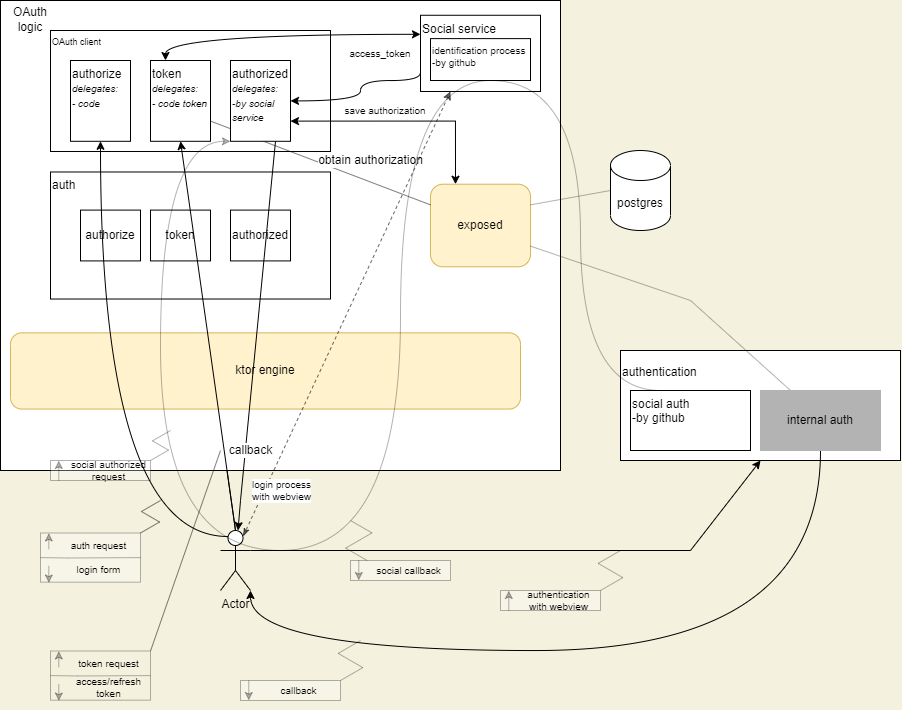
KYamshanov/Mission-backend keeps this draw.io diagram as id/resources/raw_scheme.png. Above is the earlier version. Source tidied: cells renumbered, new cells last; positions are measured from the earlier drawing's top-left corner, leaving out a move shared by most shapes.
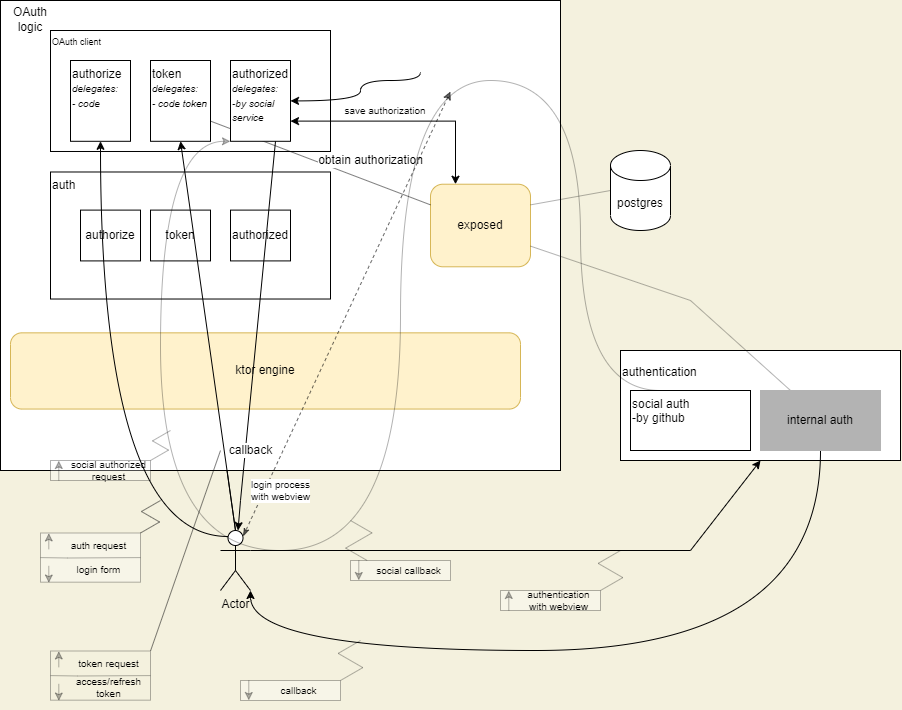
Above is the later version.

Change to the diagram source:
```diff
@@ -36,8 +36,9 @@
     <mxCell id="11" value="OAuth client" style="rounded=0;whiteSpace=wrap;html=1;align=left;verticalAlign=top;fontSize=9;" parent="6" vertex="1">
       <mxGeometry x="50" y="30" width="280" height="121" as="geometry" />
     </mxCell>
-    <mxCell id="12" style="edgeStyle=orthogonalEdgeStyle;rounded=0;jettySize=auto;html=1;exitX=0;exitY=0.75;exitDx=0;exitDy=0;entryX=1;entryY=0.5;entryDx=0;entryDy=0;fontSize=10;startArrow=none;startFill=0;jumpStyle=none;sketch=0;shadow=0;curved=1;" parent="6" edge="1" source="13" target="19">
+    <mxCell id="12" style="edgeStyle=orthogonalEdgeStyle;rounded=0;jettySize=auto;html=1;exitX=0;exitY=0.75;exitDx=0;exitDy=0;entryX=1;entryY=0.5;entryDx=0;entryDy=0;fontSize=10;startArrow=none;startFill=0;jumpStyle=none;sketch=0;shadow=0;curved=1;" parent="6" edge="1" target="19">
       <mxGeometry relative="1" as="geometry">
+        <mxPoint x="420" y="71.9" as="sourcePoint" />
         <Array as="points">
           <mxPoint x="420" y="80" />
           <mxPoint x="360" y="80" />
@@ -45,12 +46,6 @@
         </Array>
       </mxGeometry>
     </mxCell>
-    <mxCell id="13" value="Social service" style="rounded=0;whiteSpace=wrap;html=1;align=left;verticalAlign=top;" parent="6" vertex="1">
-      <mxGeometry x="420" y="14.8" width="120" height="76.2" as="geometry" />
-    </mxCell>
-    <mxCell id="14" style="edgeStyle=orthogonalEdgeStyle;curved=1;rounded=0;jettySize=auto;html=1;exitX=0.25;exitY=0;exitDx=0;exitDy=0;entryX=0;entryY=0.25;entryDx=0;entryDy=0;fontSize=10;startArrow=classic;startFill=1;" parent="6" edge="1" source="16" target="13">
-      <mxGeometry relative="1" as="geometry" />
-    </mxCell>
     <mxCell id="15" value="obtain authorization" style="edgeStyle=none;rounded=0;sketch=0;jumpStyle=none;jettySize=auto;html=1;exitX=1;exitY=0.75;exitDx=0;exitDy=0;entryX=0;entryY=0.25;entryDx=0;entryDy=0;shadow=0;fontSize=12;startArrow=none;startFill=0;endArrow=none;endFill=0;opacity=50;" parent="6" edge="1" source="16" target="9">
       <mxGeometry x="0.39" y="20" relative="1" as="geometry" />
     </mxCell>
@@ -84,12 +79,6 @@
     <mxCell id="25" value="token" style="rounded=0;whiteSpace=wrap;html=1;" parent="22" vertex="1">
       <mxGeometry x="70" width="60" height="50.8" as="geometry" />
     </mxCell>
-    <mxCell id="26" value="identification process&lt;br&gt;-by github" style="rounded=0;whiteSpace=wrap;html=1;fontSize=10;align=left;verticalAlign=top;" parent="6" vertex="1">
-      <mxGeometry x="430" y="38.1" width="100" height="41.9" as="geometry" />
-    </mxCell>
-    <mxCell id="27" value="access_token" style="text;html=1;strokeColor=none;fillColor=none;align=center;verticalAlign=middle;whiteSpace=wrap;rounded=0;shadow=0;glass=0;fontSize=10;opacity=30;" parent="6" vertex="1">
-      <mxGeometry x="350" y="37.9" width="60" height="30" as="geometry" />
-    </mxCell>
     <mxCell id="28" style="group;rounded=0;shadow=0;glass=0;strokeColor=none;fontSize=12;fillColor=none;" parent="6" vertex="1">
       <mxGeometry x="50" y="420" width="120" height="60" as="geometry" />
     </mxCell>
@@ -113,8 +102,10 @@
     <mxCell id="34" style="edgeStyle=orthogonalEdgeStyle;curved=1;rounded=0;sketch=0;jumpStyle=none;jettySize=auto;html=1;exitX=0.25;exitY=0.1;exitDx=0;exitDy=0;exitPerimeter=0;entryX=0.5;entryY=1;entryDx=0;entryDy=0;shadow=0;fontSize=10;startArrow=none;startFill=0;" parent="1" edge="1" source="5" target="17">
       <mxGeometry relative="1" as="geometry" />
     </mxCell>
-    <mxCell id="35" value="login process &lt;br&gt;with webview" style="rounded=0;sketch=0;jumpStyle=none;jettySize=auto;html=1;exitX=0.25;exitY=1;exitDx=0;exitDy=0;entryX=0.75;entryY=0.1;entryDx=0;entryDy=0;entryPerimeter=0;shadow=0;fontSize=10;startArrow=classic;startFill=1;endArrow=classicThin;endFill=1;dashed=1;opacity=60;" parent="1" edge="1" source="13" target="5">
-      <mxGeometry x="0.77" y="15" relative="1" as="geometry" />
+    <mxCell id="35" value="login process &lt;br&gt;with webview" style="rounded=0;sketch=0;jumpStyle=none;jettySize=auto;html=1;exitX=0.25;exitY=1;exitDx=0;exitDy=0;entryX=0.75;entryY=0.1;entryDx=0;entryDy=0;entryPerimeter=0;shadow=0;fontSize=10;startArrow=classic;startFill=1;endArrow=classicThin;endFill=1;dashed=1;opacity=60;" parent="1" edge="1" target="5">
+      <mxGeometry x="0.77" y="15" relative="1" as="geometry">
+        <mxPoint x="450" y="91" as="sourcePoint" />
+      </mxGeometry>
     </mxCell>
     <mxCell id="36" style="group;" parent="1" vertex="1">
       <mxGeometry x="40" y="500" width="120" height="82.5" as="geometry" />
```
